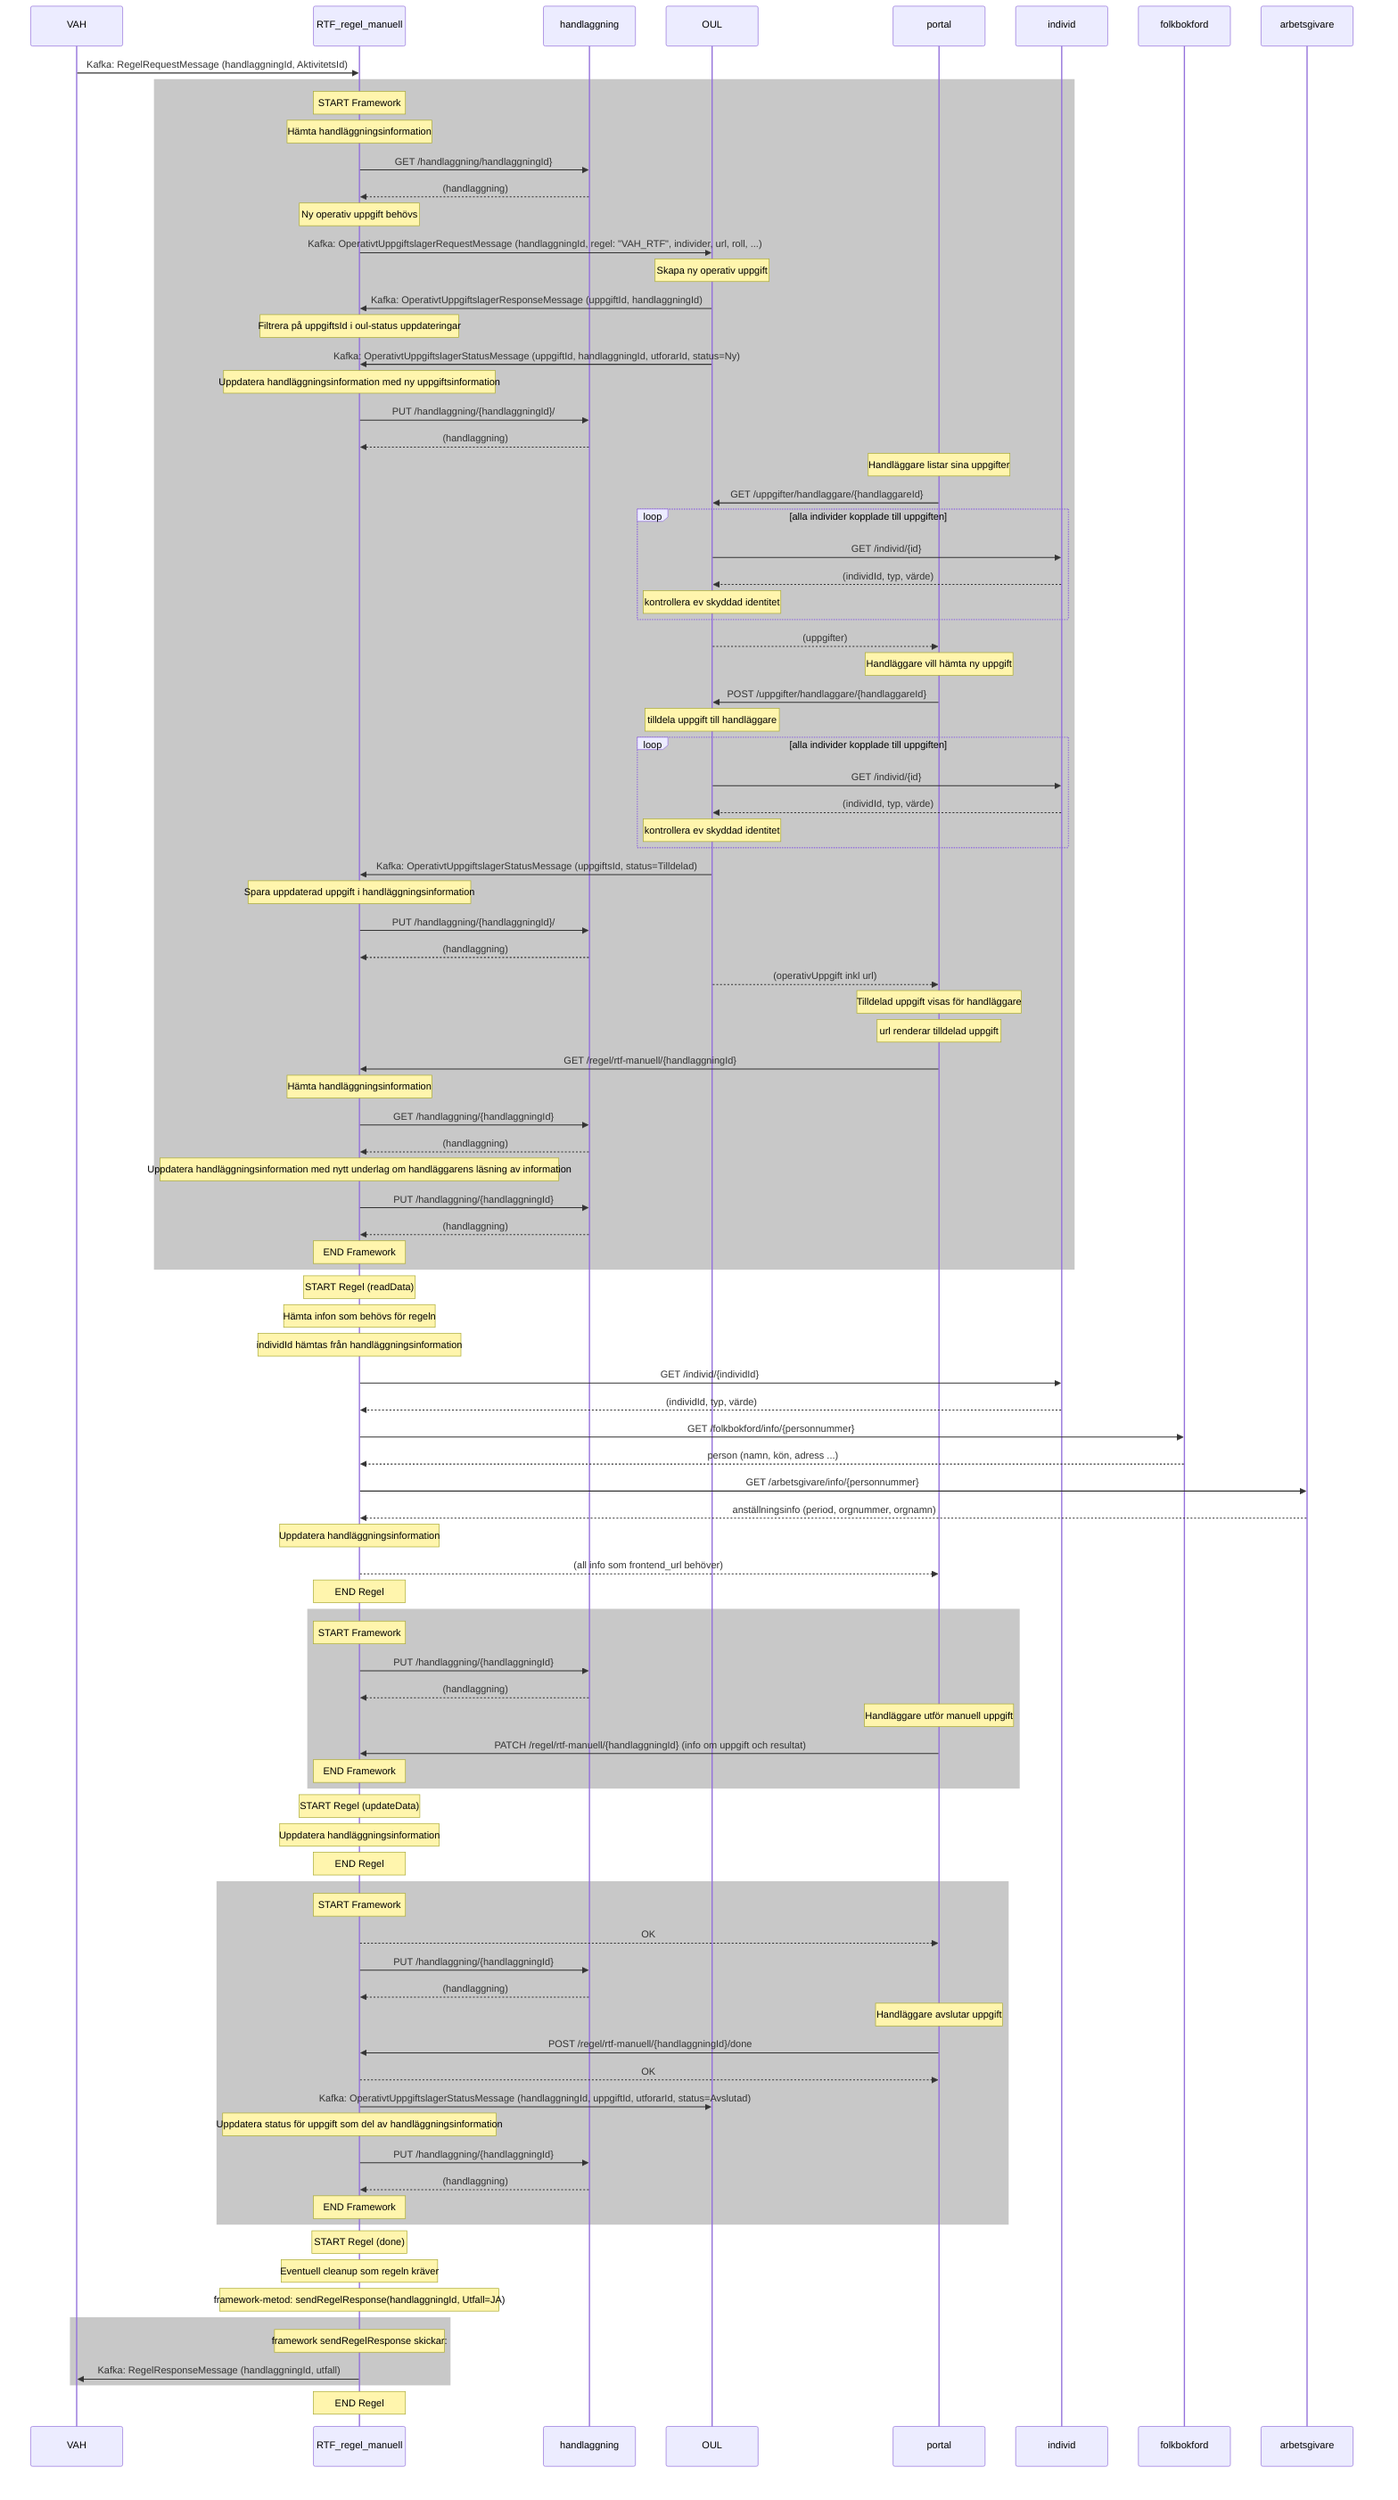
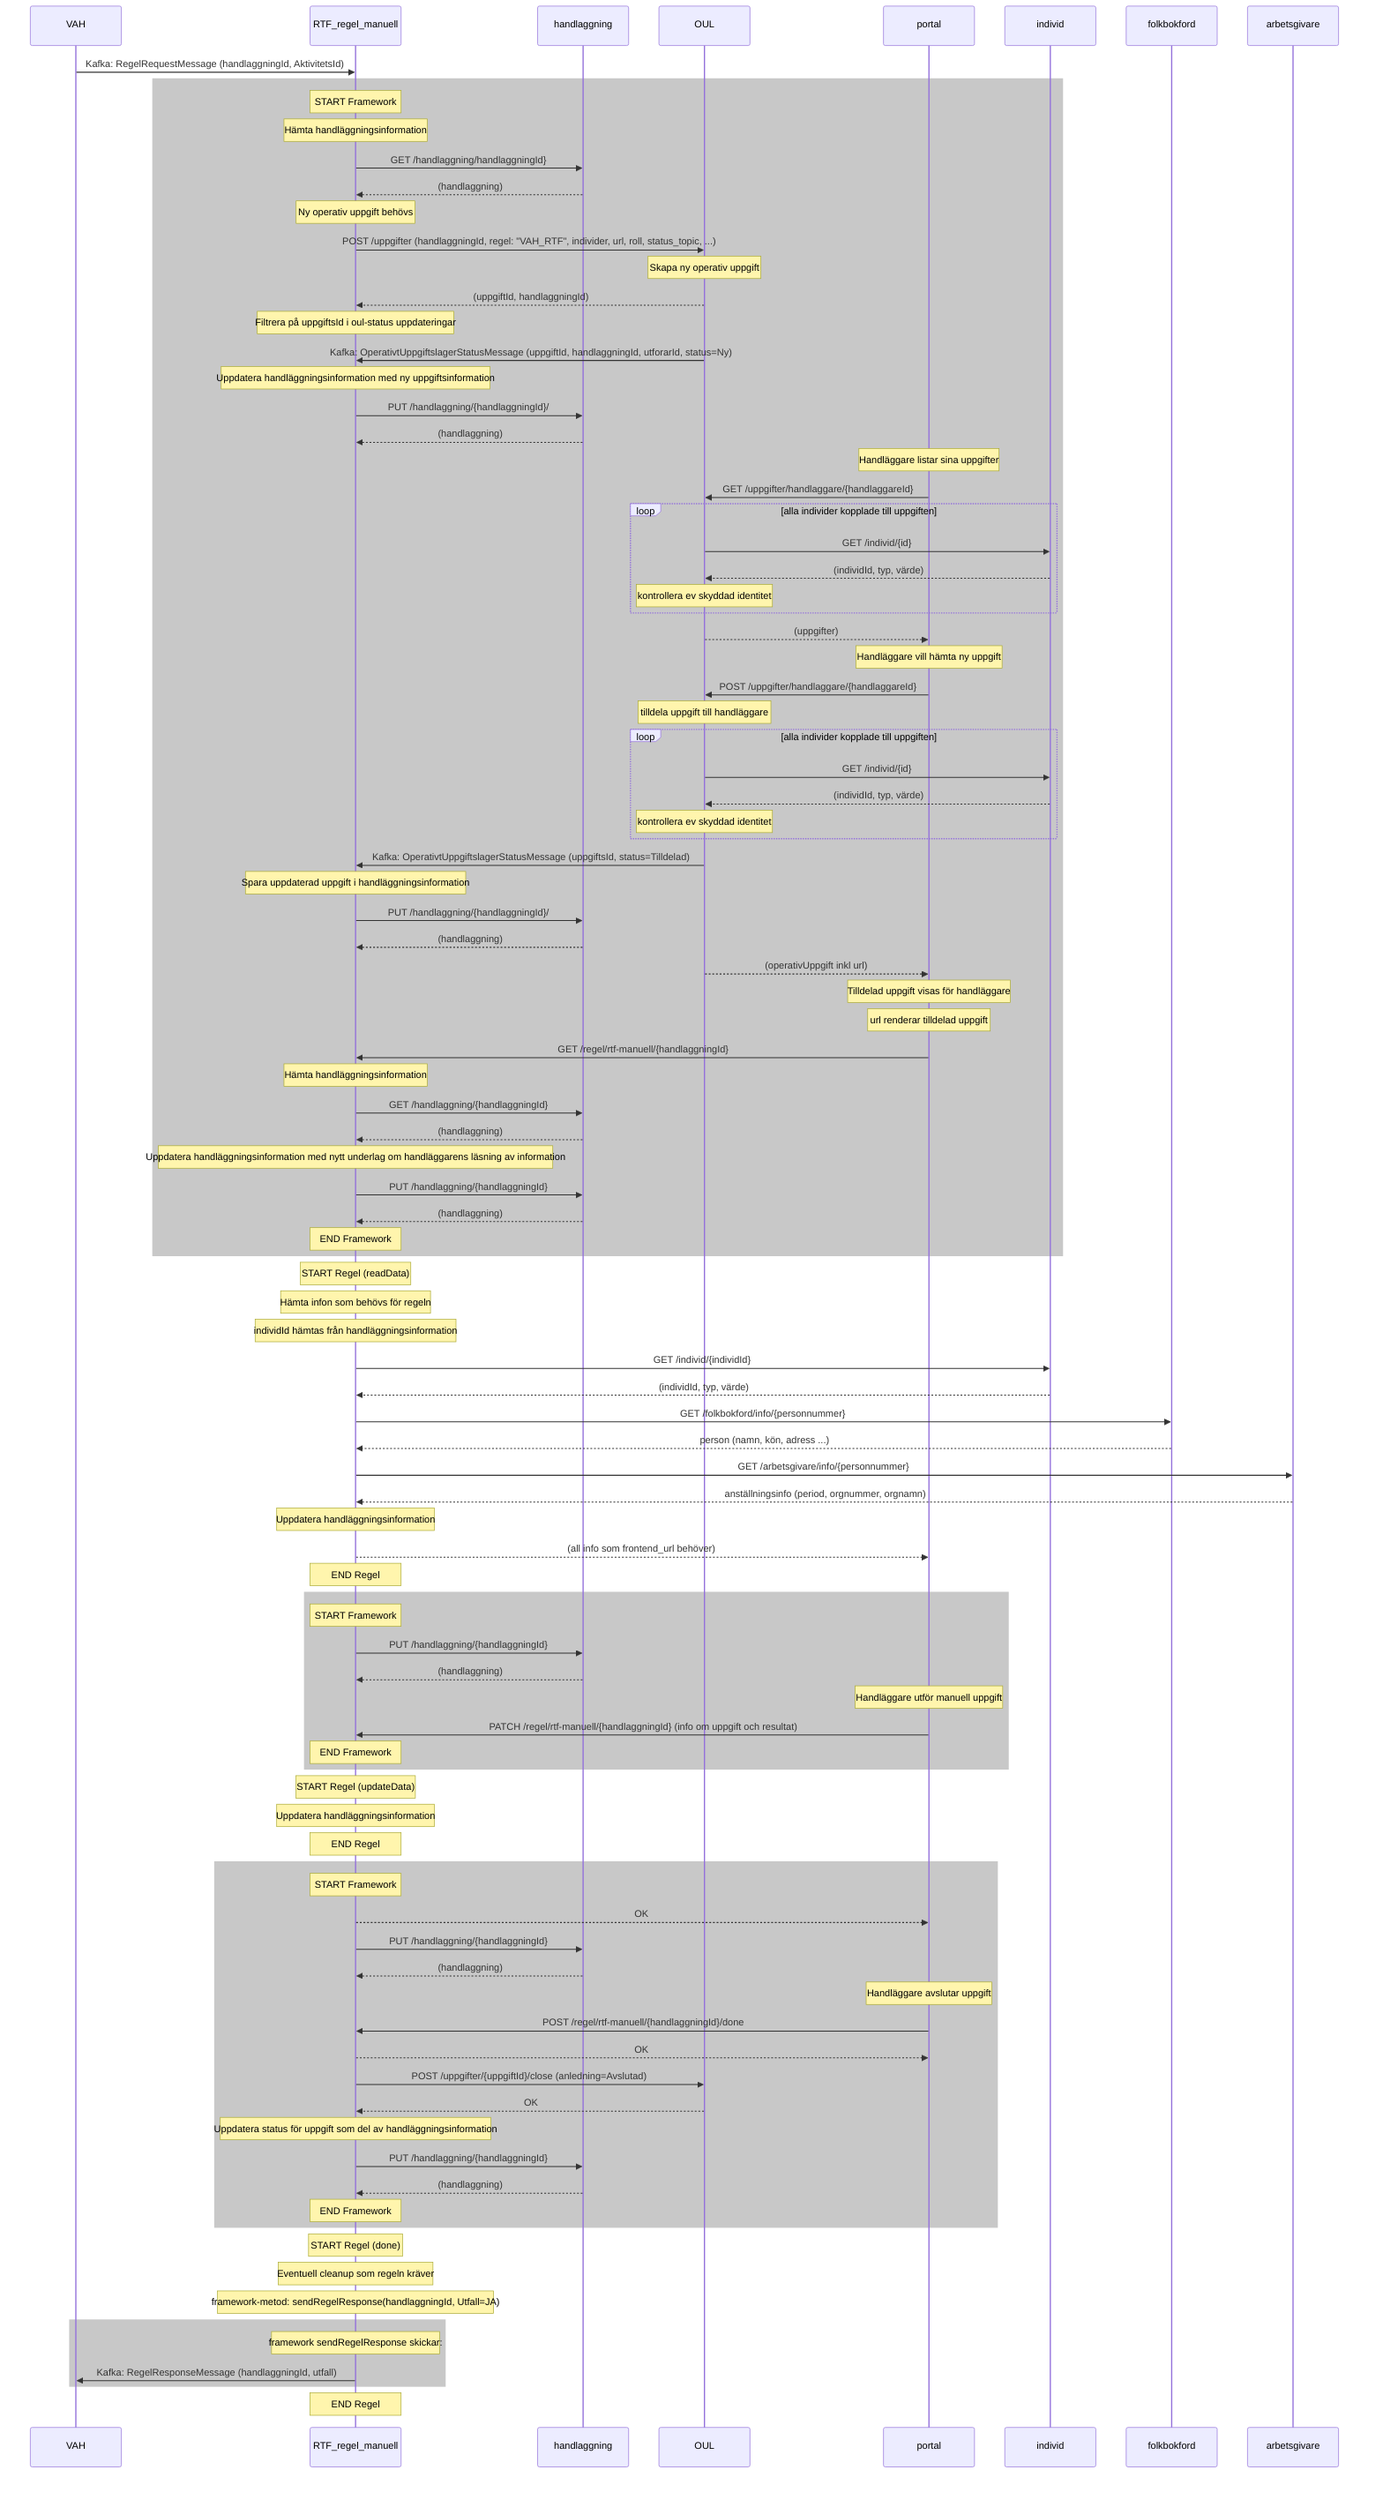
sequenceDiagram

VAH ->> RTF_regel_manuell: Kafka: RegelRequestMessage (handlaggningId, AktivitetsId)

rect rgb(200, 200, 200)

    note over RTF_regel_manuell: START Framework

    note over RTF_regel_manuell: Hämta handläggningsinformation
    RTF_regel_manuell ->> handlaggning: GET /handlaggning/handlaggningId}
    handlaggning -->> RTF_regel_manuell: (handlaggning)

    note over RTF_regel_manuell: Ny operativ uppgift behövs
-     RTF_regel_manuell ->> OUL: Kafka: OperativtUppgiftslagerRequestMessage (handlaggningId, regel: "VAH_RTF", individer, url, roll, ...)
+     RTF_regel_manuell ->> OUL: POST /uppgifter (handlaggningId, regel: "VAH_RTF", individer, url, roll, status_topic, ...)
    note over OUL: Skapa ny operativ uppgift
-     OUL ->> RTF_regel_manuell: Kafka: OperativtUppgiftslagerResponseMessage (uppgiftId, handlaggningId)
+     OUL -->> RTF_regel_manuell: (uppgiftId, handlaggningId)

    note over RTF_regel_manuell: Filtrera på uppgiftsId i oul-status uppdateringar
    OUL ->> RTF_regel_manuell: Kafka: OperativtUppgiftslagerStatusMessage (uppgiftId, handlaggningId, utforarId, status=Ny)

    note over RTF_regel_manuell: Uppdatera handläggningsinformation med ny uppgiftsinformation

    RTF_regel_manuell ->> handlaggning: PUT /handlaggning/{handlaggningId}/
    handlaggning -->> RTF_regel_manuell: (handlaggning)

    note over portal: Handläggare listar sina uppgifter
    portal ->> OUL: GET /uppgifter/handlaggare/{handlaggareId}

    loop alla individer kopplade till uppgiften

        OUL ->> individ: GET /individ/{id}
        individ -->> OUL: (individId, typ, värde)
        note over OUL: kontrollera ev skyddad identitet

    end

    OUL -->> portal: (uppgifter)

    note over portal: Handläggare vill hämta ny uppgift
    portal ->> OUL: POST /uppgifter/handlaggare/{handlaggareId}

    note over OUL: tilldela uppgift till handläggare
    loop alla individer kopplade till uppgiften

        OUL ->> individ: GET /individ/{id}
        individ -->> OUL: (individId, typ, värde)
        note over OUL: kontrollera ev skyddad identitet

    end

    OUL ->> RTF_regel_manuell: Kafka: OperativtUppgiftslagerStatusMessage (uppgiftsId, status=Tilldelad)

    note over RTF_regel_manuell: Spara uppdaterad uppgift i handläggningsinformation

    RTF_regel_manuell ->> handlaggning: PUT /handlaggning/{handlaggningId}/
    handlaggning -->> RTF_regel_manuell: (handlaggning)

    OUL -->> portal: (operativUppgift inkl url)

    note over portal: Tilldelad uppgift visas för handläggare
    note over portal: url renderar tilldelad uppgift

    portal ->> RTF_regel_manuell: GET /regel/rtf-manuell/{handlaggningId}

    note over RTF_regel_manuell: Hämta handläggningsinformation

    RTF_regel_manuell ->> handlaggning: GET /handlaggning/{handlaggningId}
    handlaggning -->> RTF_regel_manuell: (handlaggning)

    note over RTF_regel_manuell: Uppdatera handläggningsinformation med nytt underlag om handläggarens läsning av information
    RTF_regel_manuell ->> handlaggning: PUT /handlaggning/{handlaggningId}
    handlaggning -->> RTF_regel_manuell: (handlaggning)

    note over RTF_regel_manuell: END Framework
end

note over RTF_regel_manuell: START Regel (readData)
note over RTF_regel_manuell: Hämta infon som behövs för regeln
note over RTF_regel_manuell: individId hämtas från handläggningsinformation

RTF_regel_manuell ->> individ: GET /individ/{individId}
individ -->> RTF_regel_manuell: (individId, typ, värde)

RTF_regel_manuell ->> folkbokford: GET /folkbokford/info/{personnummer}
folkbokford -->> RTF_regel_manuell: person (namn, kön, adress ...)

RTF_regel_manuell ->> arbetsgivare: GET /arbetsgivare/info/{personnummer}
arbetsgivare -->> RTF_regel_manuell: anställningsinfo (period, orgnummer, orgnamn)

note over RTF_regel_manuell: Uppdatera handläggningsinformation

RTF_regel_manuell -->> portal: (all info som frontend_url behöver)
note over RTF_regel_manuell: END Regel

rect rgb(200, 200, 200)

    note over RTF_regel_manuell: START Framework

    RTF_regel_manuell ->> handlaggning: PUT /handlaggning/{handlaggningId}
    handlaggning -->> RTF_regel_manuell: (handlaggning)

    note over portal: Handläggare utför manuell uppgift

    portal ->>  RTF_regel_manuell: PATCH /regel/rtf-manuell/{handlaggningId} (info om uppgift och resultat)

    note over RTF_regel_manuell: END Framework

end

note over RTF_regel_manuell: START Regel (updateData)

note over RTF_regel_manuell: Uppdatera handläggningsinformation

note over RTF_regel_manuell: END Regel

rect rgb(200, 200, 200)

    note over RTF_regel_manuell: START Framework

    RTF_regel_manuell -->> portal: OK

    RTF_regel_manuell ->> handlaggning: PUT /handlaggning/{handlaggningId}
    handlaggning -->> RTF_regel_manuell: (handlaggning)

    note over portal: Handläggare avslutar uppgift
    portal ->> RTF_regel_manuell: POST /regel/rtf-manuell/{handlaggningId}/done
    RTF_regel_manuell -->> portal: OK
-     RTF_regel_manuell ->> OUL: Kafka: OperativtUppgiftslagerStatusMessage (handlaggningId, uppgiftId, utforarId, status=Avslutad)
+     RTF_regel_manuell ->> OUL: POST /uppgifter/{uppgiftId}/close (anledning=Avslutad)
+     OUL -->> RTF_regel_manuell: OK

    note over RTF_regel_manuell: Uppdatera status för uppgift som del av handläggningsinformation
    RTF_regel_manuell ->> handlaggning: PUT /handlaggning/{handlaggningId}
    handlaggning -->> RTF_regel_manuell: (handlaggning)

    note over RTF_regel_manuell: END Framework

end

note over RTF_regel_manuell: START Regel (done)
note over RTF_regel_manuell: Eventuell cleanup som regeln kräver
note over RTF_regel_manuell: framework-metod: sendRegelResponse(handlaggningId, Utfall=JA)

rect rgb(200, 200, 200)
    note over RTF_regel_manuell: framework sendRegelResponse skickar:
    RTF_regel_manuell ->> VAH: Kafka: RegelResponseMessage (handlaggningId, utfall)
end

note over RTF_regel_manuell: END Regel
